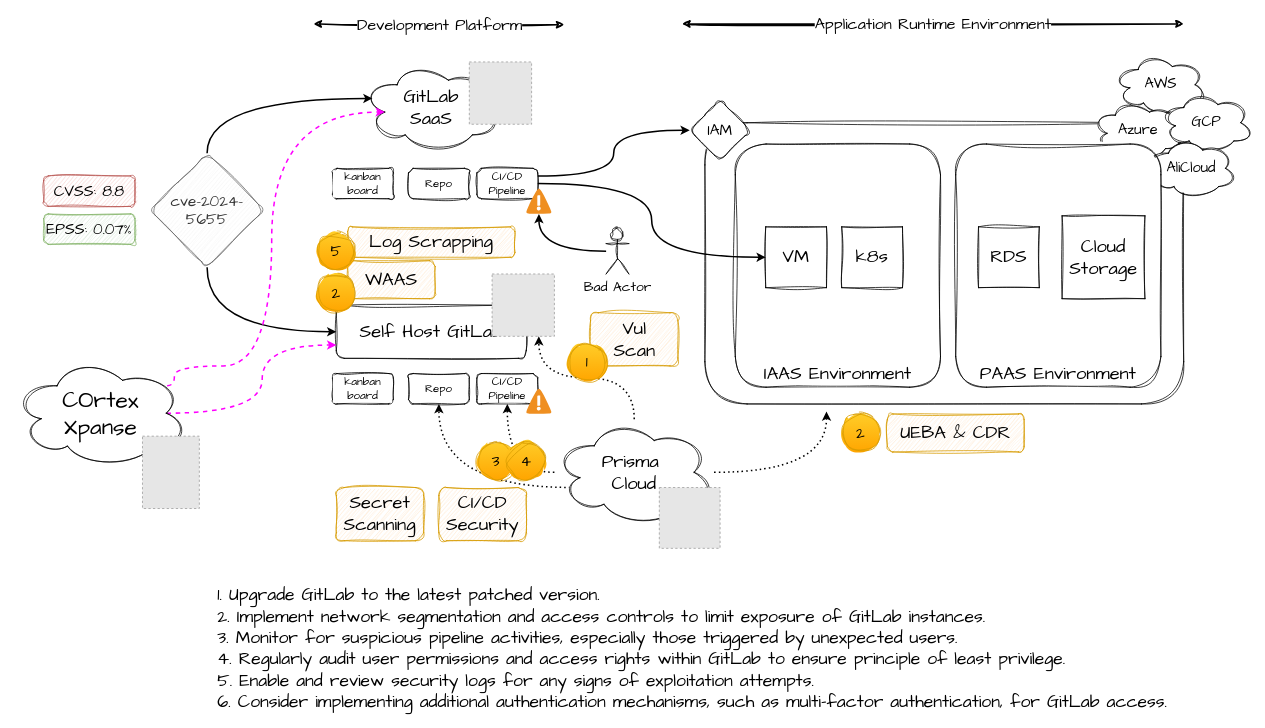
Earlier version of the draw.io diagram Generic - Gitlab cve-2024-5655.drawio (billhoph/whiteboards). Source tidied: cells renumbered, new cells numbered last; positions are measured from the earlier drawing's top-left corner, leaving out a move shared by most shapes. Both pictures are drawn from the tidied source at 76%, with x=0, y=0 at pixel (13, 24). Pictures stored in the file or linked from it are replaced by grey dashed boxes.
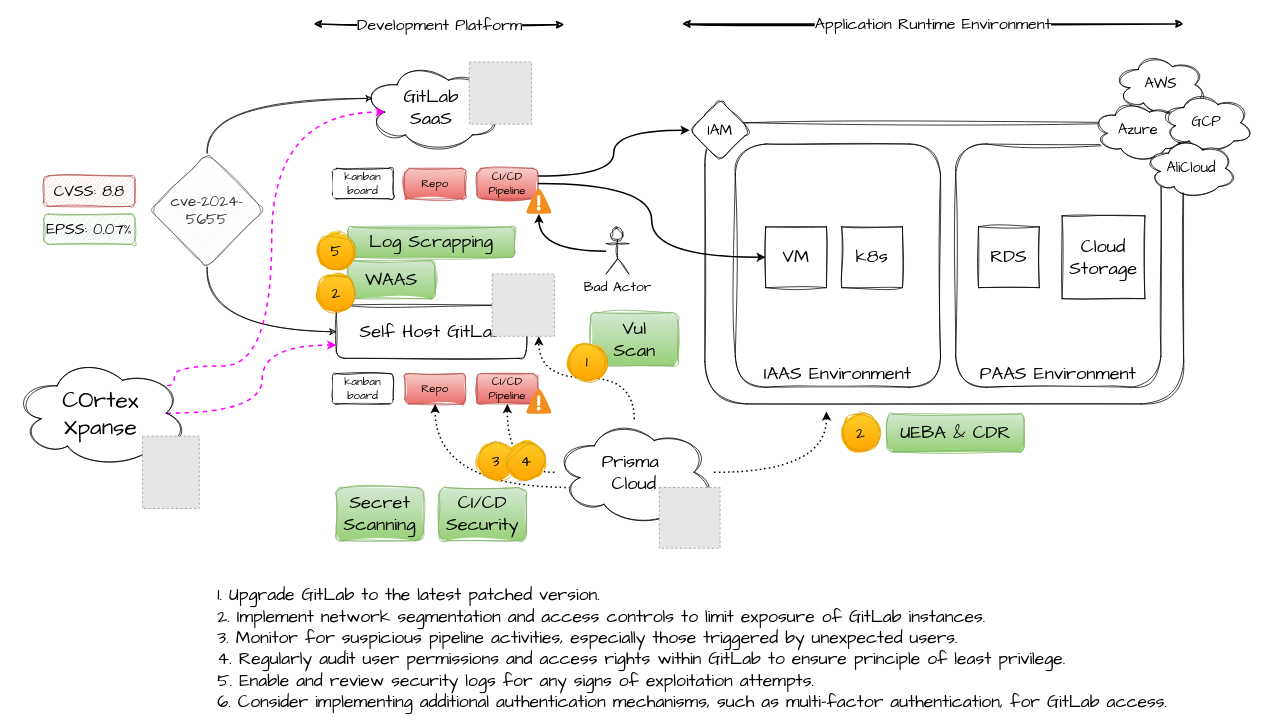
Above is the later version.

Unchanged cells that the change refers to:
```xml
<mxCell id="5" value="GitLab&lt;div&gt;SaaS&lt;/div&gt;" style="ellipse;shape=cloud;whiteSpace=wrap;html=1;sketch=1;hachureGap=4;jiggle=2;curveFitting=1;fontFamily=Architects Daughter;fontSize=24;" parent="1" vertex="1">
  <mxGeometry x="460" y="50" width="180" height="120" as="geometry" />
</mxCell>
<mxCell id="6" value="Self Host GitLab" style="rounded=1;whiteSpace=wrap;html=1;sketch=1;hachureGap=4;jiggle=2;curveFitting=1;fontFamily=Architects Daughter;fontSize=24;" parent="1" vertex="1">
  <mxGeometry x="425" y="370" width="250" height="70" as="geometry" />
</mxCell>
<mxCell id="9" value="cve-2024-5655" style="rhombus;whiteSpace=wrap;html=1;sketch=1;hachureGap=4;jiggle=2;curveFitting=1;fontFamily=Architects Daughter;rounded=1;fontSize=20;fillColor=#f5f5f5;fontColor=#333333;strokeColor=#666666;" parent="1" vertex="1">
  <mxGeometry x="180" y="170" width="150" height="150" as="geometry" />
</mxCell>
```

What changed in the source:
```diff
@@
-    <mxCell id="2" value="Vul&lt;div&gt;Scan&lt;/div&gt;" style="rounded=1;whiteSpace=wrap;html=1;sketch=1;hachureGap=4;jiggle=2;curveFitting=1;fontFamily=Architects Daughter;fontSize=24;labelBackgroundColor=none;fillColor=#ffe6cc;strokeColor=#d79b00;" parent="1" vertex="1">
+    <mxCell id="2" value="Vul&lt;div&gt;Scan&lt;/div&gt;" style="rounded=1;whiteSpace=wrap;html=1;sketch=1;hachureGap=4;jiggle=2;curveFitting=1;fontFamily=Architects Daughter;fontSize=24;labelBackgroundColor=none;fillColor=#d5e8d4;strokeColor=#82b366;gradientColor=#97d077;" parent="1" vertex="1">
       <mxGeometry x="759.5" y="380" width="115" height="70" as="geometry" />
     </mxCell>
-    <mxCell id="3" value="WAAS" style="rounded=1;whiteSpace=wrap;html=1;sketch=1;hachureGap=4;jiggle=2;curveFitting=1;fontFamily=Architects Daughter;fontSize=24;labelBackgroundColor=none;fillColor=#ffe6cc;strokeColor=#d79b00;" parent="1" vertex="1">
+    <mxCell id="3" value="WAAS" style="rounded=1;whiteSpace=wrap;html=1;sketch=1;hachureGap=4;jiggle=2;curveFitting=1;fontFamily=Architects Daughter;fontSize=24;labelBackgroundColor=none;fillColor=#d5e8d4;strokeColor=#82b366;gradientColor=#97d077;" parent="1" vertex="1">
       <mxGeometry x="440" y="311.5" width="115" height="50" as="geometry" />
     </mxCell>
@@
-    <mxCell id="7" style="edgeStyle=orthogonalEdgeStyle;rounded=0;hachureGap=4;jettySize=auto;html=1;fontFamily=Architects Daughter;curved=1;flowAnimation=1;strokeWidth=2;exitX=0.5;exitY=0;exitDx=0;exitDy=0;entryX=0.07;entryY=0.4;entryDx=0;entryDy=0;entryPerimeter=0;" parent="1" edge="1" source="9" target="5">
+    <mxCell id="7" style="edgeStyle=orthogonalEdgeStyle;rounded=0;hachureGap=4;jettySize=auto;html=1;fontFamily=Architects Daughter;curved=1;flowAnimation=0;strokeWidth=1;exitX=0.5;exitY=0;exitDx=0;exitDy=0;entryX=0.07;entryY=0.4;entryDx=0;entryDy=0;entryPerimeter=0;sketch=1;curveFitting=1;jiggle=2;" parent="1" edge="1" source="9" target="5">
       <mxGeometry relative="1" as="geometry" />
     </mxCell>
-    <mxCell id="8" style="edgeStyle=orthogonalEdgeStyle;curved=1;rounded=0;hachureGap=4;jettySize=auto;html=1;entryX=0;entryY=0.5;entryDx=0;entryDy=0;strokeColor=default;strokeWidth=2;align=center;verticalAlign=middle;fontFamily=Architects Daughter;fontSize=11;fontColor=default;labelBackgroundColor=default;endArrow=classic;flowAnimation=1;exitX=0.5;exitY=1;exitDx=0;exitDy=0;" parent="1" edge="1" source="9" target="6">
+    <mxCell id="8" style="edgeStyle=orthogonalEdgeStyle;curved=1;rounded=0;hachureGap=4;jettySize=auto;html=1;entryX=0;entryY=0.5;entryDx=0;entryDy=0;strokeColor=default;strokeWidth=1;align=center;verticalAlign=middle;fontFamily=Architects Daughter;fontSize=11;fontColor=default;labelBackgroundColor=default;endArrow=classic;flowAnimation=0;exitX=0.5;exitY=1;exitDx=0;exitDy=0;sketch=1;curveFitting=1;jiggle=2;" parent="1" edge="1" source="9" target="6">
       <mxGeometry relative="1" as="geometry" />
     </mxCell>
@@
-    <mxCell id="12" value="Repo" style="rounded=1;whiteSpace=wrap;html=1;sketch=1;hachureGap=4;jiggle=2;curveFitting=1;fontFamily=Architects Daughter;fontSize=15;fontColor=default;labelBackgroundColor=default;" parent="1" vertex="1">
-      <mxGeometry x="520" y="190" width="80" height="40" as="geometry" />
+    <mxCell id="12" value="Repo" style="rounded=1;whiteSpace=wrap;html=1;sketch=1;hachureGap=4;jiggle=2;curveFitting=1;fontFamily=Architects Daughter;fontSize=15;labelBackgroundColor=none;fillColor=#f8cecc;gradientColor=#ea6b66;strokeColor=#b85450;" parent="1" vertex="1">
+      <mxGeometry x="515" y="190" width="80" height="40" as="geometry" />
     </mxCell>
@@
-    <mxCell id="14" value="CI/CD&lt;div&gt;Pipeline&lt;/div&gt;" style="rounded=1;whiteSpace=wrap;html=1;sketch=1;hachureGap=4;jiggle=2;curveFitting=1;fontFamily=Architects Daughter;fontSize=15;fontColor=default;labelBackgroundColor=default;" parent="1" vertex="1">
+    <mxCell id="14" value="CI/CD&lt;div&gt;Pipeline&lt;/div&gt;" style="rounded=1;whiteSpace=wrap;html=1;sketch=1;hachureGap=4;jiggle=2;curveFitting=1;fontFamily=Architects Daughter;fontSize=15;labelBackgroundColor=none;fillColor=#f8cecc;gradientColor=#ea6b66;strokeColor=#b85450;" parent="1" vertex="1">
       <mxGeometry x="610" y="190" width="80" height="40" as="geometry" />
     </mxCell>
@@
-    <mxCell id="16" value="Repo" style="rounded=1;whiteSpace=wrap;html=1;sketch=1;hachureGap=4;jiggle=2;curveFitting=1;fontFamily=Architects Daughter;fontSize=15;fontColor=default;labelBackgroundColor=default;" parent="1" vertex="1">
-      <mxGeometry x="520" y="460" width="80" height="40" as="geometry" />
+    <mxCell id="16" value="Repo" style="rounded=1;whiteSpace=wrap;html=1;sketch=1;hachureGap=4;jiggle=2;curveFitting=1;fontFamily=Architects Daughter;fontSize=15;labelBackgroundColor=none;fillColor=#f8cecc;gradientColor=#ea6b66;strokeColor=#b85450;" parent="1" vertex="1">
+      <mxGeometry x="515" y="460" width="80" height="40" as="geometry" />
     </mxCell>
-    <mxCell id="17" value="CI/CD&lt;div&gt;Pipeline&lt;/div&gt;" style="rounded=1;whiteSpace=wrap;html=1;sketch=1;hachureGap=4;jiggle=2;curveFitting=1;fontFamily=Architects Daughter;fontSize=15;fontColor=default;labelBackgroundColor=default;" parent="1" vertex="1">
+    <mxCell id="17" value="CI/CD&lt;div&gt;Pipeline&lt;/div&gt;" style="rounded=1;whiteSpace=wrap;html=1;sketch=1;hachureGap=4;jiggle=2;curveFitting=1;fontFamily=Architects Daughter;fontSize=15;labelBackgroundColor=none;fillColor=#f8cecc;gradientColor=#ea6b66;strokeColor=#b85450;" parent="1" vertex="1">
       <mxGeometry x="610" y="460" width="80" height="40" as="geometry" />
     </mxCell>
@@
-    <mxCell id="27" value="AWS" style="ellipse;shape=cloud;whiteSpace=wrap;html=1;sketch=1;hachureGap=4;jiggle=2;curveFitting=1;fontFamily=Architects Daughter;fontSize=19;fontColor=default;labelBackgroundColor=default;" parent="1" vertex="1">
-      <mxGeometry x="1450" y="40" width="120" height="80" as="geometry" />
-    </mxCell>
-    <mxCell id="28" value="Azure" style="ellipse;shape=cloud;whiteSpace=wrap;html=1;sketch=1;hachureGap=4;jiggle=2;curveFitting=1;fontFamily=Architects Daughter;fontSize=19;fontColor=default;labelBackgroundColor=default;" parent="1" vertex="1">
-      <mxGeometry x="1420" y="100" width="120" height="80" as="geometry" />
-    </mxCell>
-    <mxCell id="29" value="GCP" style="ellipse;shape=cloud;whiteSpace=wrap;html=1;sketch=1;hachureGap=4;jiggle=2;curveFitting=1;fontFamily=Architects Daughter;fontSize=19;fontColor=default;labelBackgroundColor=default;" parent="1" vertex="1">
-      <mxGeometry x="1510" y="90" width="120" height="80" as="geometry" />
-    </mxCell>
-    <mxCell id="30" value="AliCloud" style="ellipse;shape=cloud;whiteSpace=wrap;html=1;sketch=1;hachureGap=4;jiggle=2;curveFitting=1;fontFamily=Architects Daughter;fontSize=19;fontColor=default;labelBackgroundColor=default;" parent="1" vertex="1">
-      <mxGeometry x="1490" y="150" width="120" height="80" as="geometry" />
-    </mxCell>
@@
-    <mxCell id="49" value="CI/CD&lt;div&gt;Security&lt;/div&gt;" style="rounded=1;whiteSpace=wrap;html=1;sketch=1;hachureGap=4;jiggle=2;curveFitting=1;fontFamily=Architects Daughter;fontSize=24;labelBackgroundColor=none;fillColor=#ffe6cc;strokeColor=#d79b00;" parent="1" vertex="1">
+    <mxCell id="49" value="CI/CD&lt;div&gt;Security&lt;/div&gt;" style="rounded=1;whiteSpace=wrap;html=1;sketch=1;hachureGap=4;jiggle=2;curveFitting=1;fontFamily=Architects Daughter;fontSize=24;labelBackgroundColor=none;fillColor=#d5e8d4;strokeColor=#82b366;gradientColor=#97d077;" parent="1" vertex="1">
       <mxGeometry x="560" y="610" width="115" height="70" as="geometry" />
     </mxCell>
-    <mxCell id="50" value="Secret&lt;div&gt;Scanning&lt;/div&gt;" style="rounded=1;whiteSpace=wrap;html=1;sketch=1;hachureGap=4;jiggle=2;curveFitting=1;fontFamily=Architects Daughter;fontSize=24;labelBackgroundColor=none;fillColor=#ffe6cc;strokeColor=#d79b00;" parent="1" vertex="1">
+    <mxCell id="50" value="Secret&lt;div&gt;Scanning&lt;/div&gt;" style="rounded=1;whiteSpace=wrap;html=1;sketch=1;hachureGap=4;jiggle=2;curveFitting=1;fontFamily=Architects Daughter;fontSize=24;labelBackgroundColor=none;fillColor=#d5e8d4;strokeColor=#82b366;gradientColor=#97d077;" parent="1" vertex="1">
       <mxGeometry x="425" y="610" width="115" height="70" as="geometry" />
     </mxCell>
-    <mxCell id="51" value="Log Scrapping" style="rounded=1;whiteSpace=wrap;html=1;sketch=1;hachureGap=4;jiggle=2;curveFitting=1;fontFamily=Architects Daughter;fontSize=24;labelBackgroundColor=none;fillColor=#ffe6cc;strokeColor=#d79b00;" parent="1" vertex="1">
+    <mxCell id="51" value="Log Scrapping" style="rounded=1;whiteSpace=wrap;html=1;sketch=1;hachureGap=4;jiggle=2;curveFitting=1;fontFamily=Architects Daughter;fontSize=24;labelBackgroundColor=none;fillColor=#d5e8d4;strokeColor=#82b366;gradientColor=#97d077;" parent="1" vertex="1">
       <mxGeometry x="440" y="267" width="220" height="40" as="geometry" />
     </mxCell>
@@
-    <mxCell id="54" value="UEBA &amp;amp; CDR" style="rounded=1;whiteSpace=wrap;html=1;sketch=1;hachureGap=4;jiggle=2;curveFitting=1;fontFamily=Architects Daughter;fontSize=24;labelBackgroundColor=none;fillColor=#ffe6cc;strokeColor=#d79b00;" parent="1" vertex="1">
+    <mxCell id="54" value="UEBA &amp;amp; CDR" style="rounded=1;whiteSpace=wrap;html=1;sketch=1;hachureGap=4;jiggle=2;curveFitting=1;fontFamily=Architects Daughter;fontSize=24;labelBackgroundColor=none;fillColor=#d5e8d4;strokeColor=#82b366;gradientColor=#97d077;" parent="1" vertex="1">
       <mxGeometry x="1150" y="513.2" width="180" height="50" as="geometry" />
     </mxCell>
@@
+    <mxCell id="27" value="AWS" style="ellipse;shape=cloud;whiteSpace=wrap;html=1;sketch=1;hachureGap=4;jiggle=2;curveFitting=1;fontFamily=Architects Daughter;fontSize=19;fontColor=default;labelBackgroundColor=default;" parent="1" vertex="1">
+      <mxGeometry x="1450" y="40" width="120" height="80" as="geometry" />
+    </mxCell>
+    <mxCell id="28" value="Azure" style="ellipse;shape=cloud;whiteSpace=wrap;html=1;sketch=1;hachureGap=4;jiggle=2;curveFitting=1;fontFamily=Architects Daughter;fontSize=19;fontColor=default;labelBackgroundColor=default;" parent="1" vertex="1">
+      <mxGeometry x="1420" y="100" width="120" height="80" as="geometry" />
+    </mxCell>
+    <mxCell id="29" value="GCP" style="ellipse;shape=cloud;whiteSpace=wrap;html=1;sketch=1;hachureGap=4;jiggle=2;curveFitting=1;fontFamily=Architects Daughter;fontSize=19;fontColor=default;labelBackgroundColor=default;" parent="1" vertex="1">
+      <mxGeometry x="1510" y="90" width="120" height="80" as="geometry" />
+    </mxCell>
+    <mxCell id="30" value="AliCloud" style="ellipse;shape=cloud;whiteSpace=wrap;html=1;sketch=1;hachureGap=4;jiggle=2;curveFitting=1;fontFamily=Architects Daughter;fontSize=19;fontColor=default;labelBackgroundColor=default;" parent="1" vertex="1">
+      <mxGeometry x="1490" y="150" width="120" height="80" as="geometry" />
+    </mxCell>
```
